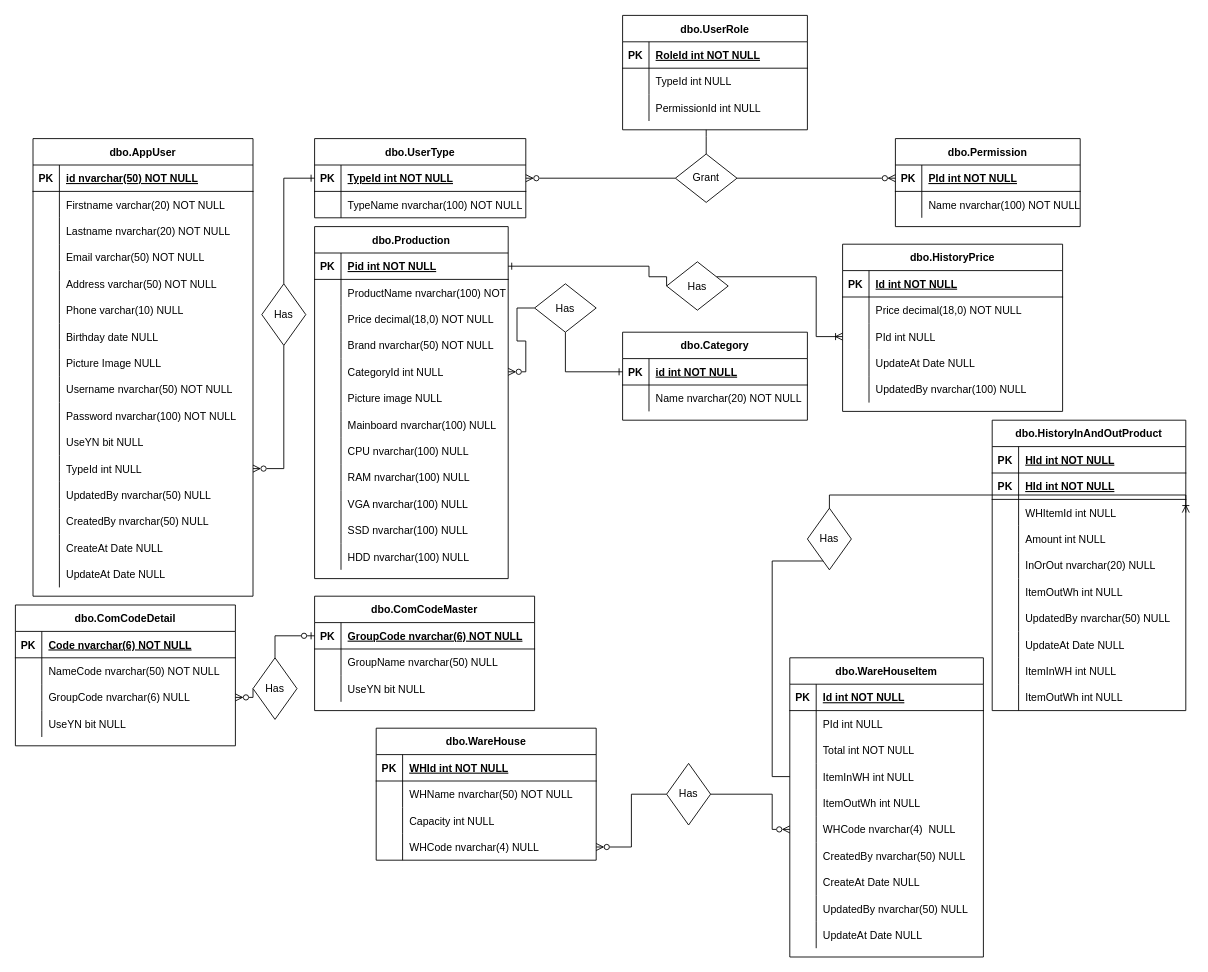
This is Untitled Diagram.drawio from danblue3/test, a draw.io file, before an edit. Source tidied: cells renumbered, new cells numbered last; positions are measured from the earlier drawing's top-left corner, leaving out a move shared by most shapes. Both pictures are drawn from the tidied source at 88%, with x=0, y=0 at pixel (15, 15).
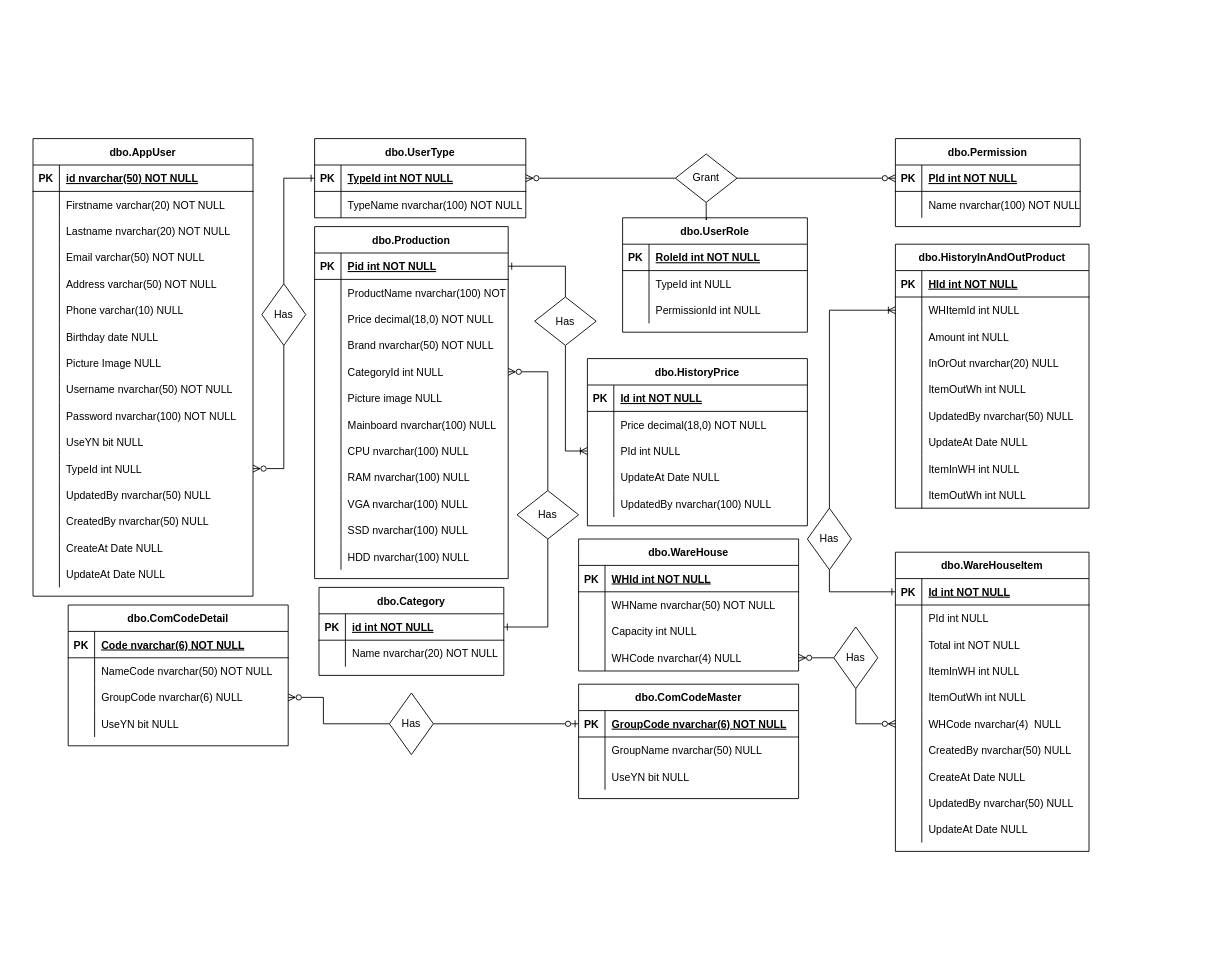
The same diagram, later.

The change refers to these unchanged cells:
```xml
<mxCell id="3" style="shape=partialRectangle;fillColor=none;points=[[0,0.5],[1,0.5]];portConstraint=eastwest;top=0;left=0;right=0;bottom=1;" parent="2" vertex="1">
  <mxGeometry y="30" width="210" height="30" as="geometry" />
</mxCell>
<mxCell id="71" style="shape=partialRectangle;fillColor=none;points=[[0,0.5],[1,0.5]];portConstraint=eastwest;top=0;left=0;right=0;bottom=1;" parent="70" vertex="1">
  <mxGeometry y="30" width="220" height="30" as="geometry" />
</mxCell>
<mxCell id="83" style="shape=partialRectangle;fillColor=none;points=[[0,0.5],[1,0.5]];portConstraint=eastwest;top=0;left=0;right=0;bottom=0;" parent="70" vertex="1">
  <mxGeometry y="150" width="220" height="30" as="geometry" />
</mxCell>
<mxCell id="151" style="shape=partialRectangle;fillColor=none;points=[[0,0.5],[1,0.5]];portConstraint=eastwest;top=0;left=0;right=0;bottom=0;" parent="144" vertex="1">
  <mxGeometry y="90" width="250" height="30" as="geometry" />
</mxCell>
<mxCell id="165" style="shape=partialRectangle;fillColor=none;points=[[0,0.5],[1,0.5]];portConstraint=eastwest;top=0;left=0;right=0;bottom=0;" parent="158" vertex="1">
  <mxGeometry y="90" width="250" height="30" as="geometry" />
</mxCell>
<mxCell id="176" style="shape=partialRectangle;fillColor=none;points=[[0,0.5],[1,0.5]];portConstraint=eastwest;top=0;left=0;right=0;bottom=1;" parent="175" vertex="1">
  <mxGeometry y="30" width="220" height="30" as="geometry" />
</mxCell>
<mxCell id="185" style="shape=partialRectangle;fillColor=none;points=[[0,0.5],[1,0.5]];portConstraint=eastwest;top=0;left=0;right=0;bottom=0;" parent="175" vertex="1">
  <mxGeometry y="120" width="220" height="30" as="geometry" />
</mxCell>
<mxCell id="191" style="shape=partialRectangle;fillColor=none;points=[[0,0.5],[1,0.5]];portConstraint=eastwest;top=0;left=0;right=0;bottom=0;" parent="175" vertex="1">
  <mxGeometry y="180" width="220" height="30" as="geometry" />
</mxCell>
<mxCell id="247" value="Has" style="rhombus;whiteSpace=wrap;html=1;" parent="1" vertex="1">
  <mxGeometry x="900" y="560" width="50" height="70" as="geometry" />
</mxCell>
<mxCell id="254" value="Grant" style="rhombus;whiteSpace=wrap;html=1;" parent="1" vertex="1">
  <mxGeometry x="750" y="157.5" width="70" height="55" as="geometry" />
</mxCell>
```

The edit, as a diff of the source:
```diff
@@
     <mxCell id="2" value="dbo.Category" style="shape=table;startSize=30;childLayout=tableLayout;rowLines=0;fontStyle=1;align=center;" parent="1" vertex="1">
-      <mxGeometry x="690" y="360" width="210" height="100" as="geometry" />
+      <mxGeometry x="345" y="650" width="210" height="100" as="geometry" />
     </mxCell>
@@
     <mxCell id="9" style="edgeStyle=orthogonalEdgeStyle;rounded=0;jettySize=auto;html=1;entryX=1;entryY=0.5;entryDx=0;entryDy=0;startArrow=none;startFill=0;endArrow=ERzeroToMany;endFill=0;exitX=0;exitY=0.5;exitDx=0;exitDy=0;" parent="1" edge="1" source="243" target="151">
       <mxGeometry relative="1" as="geometry">
         <Array as="points">
-          <mxPoint x="270" y="775" />
+          <mxPoint x="350" y="805" />
+          <mxPoint x="350" y="775" />
         </Array>
       </mxGeometry>
     </mxCell>
     <mxCell id="10" value="dbo.ComCodeMaster" style="shape=table;startSize=30;childLayout=tableLayout;rowLines=0;fontStyle=1;align=center;" parent="1" vertex="1">
-      <mxGeometry x="340" y="660" width="250" height="130" as="geometry" />
+      <mxGeometry x="640" y="760" width="250" height="130" as="geometry" />
     </mxCell>
@@
     <mxCell id="121" value="dbo.UserRole" style="shape=table;startSize=30;childLayout=tableLayout;rowLines=0;fontStyle=1;align=center;" parent="1" vertex="1">
-      <mxGeometry x="690" width="210" height="130" as="geometry" />
+      <mxGeometry x="690" y="230" width="210" height="130" as="geometry" />
     </mxCell>
@@
     <mxCell id="131" value="dbo.WareHouse" style="shape=table;startSize=30;childLayout=tableLayout;rowLines=0;fontStyle=1;align=center;" parent="1" vertex="1">
-      <mxGeometry x="410" y="810" width="250" height="150" as="geometry" />
+      <mxGeometry x="640" y="595" width="250" height="150" as="geometry" />
     </mxCell>
@@
     <mxCell id="144" value="dbo.ComCodeDetail" style="shape=table;startSize=30;childLayout=tableLayout;rowLines=0;fontStyle=1;align=center;" parent="1" vertex="1">
-      <mxGeometry y="670" width="250" height="160" as="geometry" />
+      <mxGeometry x="60" y="670" width="250" height="160" as="geometry" />
     </mxCell>
@@
-    <mxCell id="157" style="edgeStyle=orthogonalEdgeStyle;rounded=0;jettySize=auto;html=1;startArrow=none;startFill=0;endArrow=ERone;endFill=0;entryX=1;entryY=0.5;entryDx=0;entryDy=0;exitX=0;exitY=0.5;exitDx=0;exitDy=0;" parent="1" edge="1" source="251" target="71">
+    <mxCell id="157" style="edgeStyle=orthogonalEdgeStyle;rounded=0;jettySize=auto;html=1;startArrow=none;startFill=0;endArrow=ERone;endFill=0;entryX=1;entryY=0.5;entryDx=0;entryDy=0;exitX=0.5;exitY=0;exitDx=0;exitDy=0;" parent="1" edge="1" source="251" target="71">
       <mxGeometry relative="1" as="geometry">
         <Array as="points">
-          <mxPoint x="720" y="297" />
-          <mxPoint x="720" y="285" />
+          <mxPoint x="625" y="285" />
         </Array>
       </mxGeometry>
     </mxCell>
     <mxCell id="158" value="dbo.HistoryPrice" style="shape=table;startSize=30;childLayout=tableLayout;rowLines=0;fontStyle=1;align=center;" parent="1" vertex="1">
-      <mxGeometry x="940" y="260" width="250" height="190" as="geometry" />
+      <mxGeometry x="650" y="390" width="250" height="190" as="geometry" />
     </mxCell>
@@
     <mxCell id="175" value="dbo.WareHouseItem" style="shape=table;startSize=30;childLayout=tableLayout;rowLines=0;fontStyle=1;align=center;" parent="1" vertex="1">
-      <mxGeometry x="880" y="730" width="220" height="340" as="geometry" />
+      <mxGeometry x="1000" y="610" width="220" height="340" as="geometry" />
     </mxCell>
@@
     <mxCell id="206" value="dbo.HistoryInAndOutProduct" style="shape=table;startSize=30;childLayout=tableLayout;rowLines=0;fontStyle=1;align=center;" parent="1" vertex="1">
-      <mxGeometry x="1110" y="460" width="220" height="330" as="geometry" />
+      <mxGeometry x="1000" y="260" width="220" height="300" as="geometry" />
     </mxCell>
@@
-    <mxCell id="210" style="shape=partialRectangle;fillColor=none;top=0;left=0;right=0;bottom=1;" parent="206" vertex="1">
-      <mxGeometry y="60" width="220" height="30" as="geometry" />
-    </mxCell>
-    <mxCell id="211" value="PK" style="shape=partialRectangle;overflow=hidden;fillColor=none;top=0;left=0;bottom=0;right=0;fontStyle=1;" parent="210" vertex="1">
-      <mxGeometry width="30" height="30" as="geometry" />
-    </mxCell>
-    <mxCell id="212" value="HId int NOT NULL " style="shape=partialRectangle;overflow=hidden;fillColor=none;top=0;left=0;bottom=0;right=0;align=left;spacingLeft=6;fontStyle=5;" parent="210" vertex="1">
-      <mxGeometry x="30" width="190" height="30" as="geometry" />
-    </mxCell>
     <mxCell id="213" style="shape=partialRectangle;fillColor=none;points=[[0,0.5],[1,0.5]];portConstraint=eastwest;top=0;left=0;right=0;bottom=0;" parent="206" vertex="1">
-      <mxGeometry y="90" width="220" height="30" as="geometry" />
+      <mxGeometry y="60" width="220" height="30" as="geometry" />
     </mxCell>
@@
     <mxCell id="216" style="shape=partialRectangle;fillColor=none;top=0;left=0;right=0;bottom=0;" parent="206" vertex="1">
-      <mxGeometry y="120" width="220" height="30" as="geometry" />
+      <mxGeometry y="90" width="220" height="30" as="geometry" />
     </mxCell>
@@
     <mxCell id="219" style="shape=partialRectangle;fillColor=none;top=0;left=0;right=0;bottom=0;" parent="206" vertex="1">
-      <mxGeometry y="150" width="220" height="30" as="geometry" />
+      <mxGeometry y="120" width="220" height="30" as="geometry" />
     </mxCell>
@@
     <mxCell id="222" style="shape=partialRectangle;fillColor=none;top=0;left=0;right=0;bottom=0;" parent="206" vertex="1">
-      <mxGeometry y="180" width="220" height="30" as="geometry" />
+      <mxGeometry y="150" width="220" height="30" as="geometry" />
     </mxCell>
@@
     <mxCell id="225" style="shape=partialRectangle;fillColor=none;top=0;left=0;right=0;bottom=0;" parent="206" vertex="1">
-      <mxGeometry y="210" width="220" height="30" as="geometry" />
+      <mxGeometry y="180" width="220" height="30" as="geometry" />
     </mxCell>
@@
     <mxCell id="228" style="shape=partialRectangle;fillColor=none;top=0;left=0;right=0;bottom=0;" parent="206" vertex="1">
-      <mxGeometry y="240" width="220" height="30" as="geometry" />
+      <mxGeometry y="210" width="220" height="30" as="geometry" />
     </mxCell>
@@
     <mxCell id="231" style="shape=partialRectangle;fillColor=none;top=0;left=0;right=0;bottom=0;" parent="206" vertex="1">
-      <mxGeometry y="270" width="220" height="30" as="geometry" />
+      <mxGeometry y="240" width="220" height="30" as="geometry" />
     </mxCell>
@@
     <mxCell id="234" style="shape=partialRectangle;fillColor=none;top=0;left=0;right=0;bottom=0;" parent="206" vertex="1">
-      <mxGeometry y="300" width="220" height="30" as="geometry" />
+      <mxGeometry y="270" width="220" height="30" as="geometry" />
     </mxCell>
@@
-    <mxCell id="238" style="edgeStyle=orthogonalEdgeStyle;rounded=0;jettySize=auto;html=1;entryX=0;entryY=0.5;entryDx=0;entryDy=0;startArrow=ERzeroToMany;startFill=0;endArrow=none;endFill=0;" parent="1" edge="1" source="83" target="249">
+    <mxCell id="238" style="edgeStyle=orthogonalEdgeStyle;rounded=0;jettySize=auto;html=1;entryX=0.5;entryY=0;entryDx=0;entryDy=0;startArrow=ERzeroToMany;startFill=0;endArrow=none;endFill=0;" parent="1" edge="1" source="83" target="249">
       <mxGeometry relative="1" as="geometry" />
     </mxCell>
-    <mxCell id="239" style="edgeStyle=orthogonalEdgeStyle;rounded=0;jettySize=auto;html=1;entryX=1;entryY=0.5;entryDx=0;entryDy=0;startArrow=none;startFill=0;endArrow=ERoneToMany;endFill=0;exitX=0.5;exitY=0;exitDx=0;exitDy=0;" parent="1" edge="1" source="247" target="213">
+    <mxCell id="239" style="edgeStyle=orthogonalEdgeStyle;rounded=0;jettySize=auto;html=1;entryX=0;entryY=0.5;entryDx=0;entryDy=0;startArrow=none;startFill=0;endArrow=ERoneToMany;endFill=0;exitX=0.5;exitY=0;exitDx=0;exitDy=0;" parent="1" edge="1" source="247" target="213">
       <mxGeometry relative="1" as="geometry">
         <Array as="points">
-          <mxPoint x="925" y="545" />
+          <mxPoint x="925" y="335" />
         </Array>
       </mxGeometry>
     </mxCell>
@@
     <mxCell id="243" value="Has" style="rhombus;whiteSpace=wrap;html=1;" parent="1" vertex="1">
-      <mxGeometry x="270" y="730" width="50" height="70" as="geometry" />
+      <mxGeometry x="425" y="770" width="50" height="70" as="geometry" />
     </mxCell>
     <mxCell id="244" value="Has" style="rhombus;whiteSpace=wrap;html=1;" parent="1" vertex="1">
-      <mxGeometry x="740" y="850" width="50" height="70" as="geometry" />
+      <mxGeometry x="930" y="695" width="50" height="70" as="geometry" />
     </mxCell>
-    <mxCell id="245" style="edgeStyle=orthogonalEdgeStyle;rounded=0;jettySize=auto;html=1;entryX=1;entryY=0.5;entryDx=0;entryDy=0;startArrow=ERzeroToMany;startFill=0;endArrow=none;endFill=0;exitX=0;exitY=0.5;exitDx=0;exitDy=0;" parent="1" edge="1" source="191" target="244">
+    <mxCell id="245" style="edgeStyle=orthogonalEdgeStyle;rounded=0;jettySize=auto;html=1;entryX=0.5;entryY=1;entryDx=0;entryDy=0;startArrow=ERzeroToMany;startFill=0;endArrow=none;endFill=0;exitX=0;exitY=0.5;exitDx=0;exitDy=0;" parent="1" edge="1" source="191" target="244">
       <mxGeometry relative="1" as="geometry">
         <Array as="points">
-          <mxPoint x="860" y="925" />
-          <mxPoint x="860" y="885" />
+          <mxPoint x="955" y="805" />
         </Array>
       </mxGeometry>
     </mxCell>
-    <mxCell id="246" style="edgeStyle=orthogonalEdgeStyle;rounded=0;jettySize=auto;html=1;startArrow=none;startFill=0;endArrow=none;endFill=0;" parent="1" edge="1" source="247" target="185">
+    <mxCell id="246" style="edgeStyle=orthogonalEdgeStyle;rounded=0;jettySize=auto;html=1;startArrow=none;startFill=0;endArrow=ERone;endFill=0;entryX=0;entryY=0.5;entryDx=0;entryDy=0;" parent="1" edge="1" source="247" target="176">
       <mxGeometry relative="1" as="geometry">
         <Array as="points">
-          <mxPoint x="860" y="620" />
-          <mxPoint x="860" y="865" />
+          <mxPoint x="925" y="655" />
         </Array>
       </mxGeometry>
     </mxCell>
@@
-    <mxCell id="248" style="edgeStyle=orthogonalEdgeStyle;rounded=0;jettySize=auto;html=1;entryX=0;entryY=0.5;entryDx=0;entryDy=0;endArrow=ERone;endFill=0;" parent="1" edge="1" source="249" target="3">
+    <mxCell id="248" style="edgeStyle=orthogonalEdgeStyle;rounded=0;jettySize=auto;html=1;entryX=1;entryY=0.5;entryDx=0;entryDy=0;endArrow=ERone;endFill=0;" parent="1" edge="1" source="249" target="3">
       <mxGeometry relative="1" as="geometry" />
     </mxCell>
     <mxCell id="249" value="Has" style="rhombus;whiteSpace=wrap;html=1;" parent="1" vertex="1">
-      <mxGeometry x="590" y="305" width="70" height="55" as="geometry" />
+      <mxGeometry x="570" y="540" width="70" height="55" as="geometry" />
     </mxCell>
-    <mxCell id="250" style="edgeStyle=orthogonalEdgeStyle;rounded=0;jettySize=auto;html=1;entryX=0;entryY=0.5;entryDx=0;entryDy=0;endArrow=ERoneToMany;endFill=0;" parent="1" edge="1" source="251" target="165">
+    <mxCell id="250" style="edgeStyle=orthogonalEdgeStyle;rounded=0;jettySize=auto;html=1;entryX=0;entryY=0.5;entryDx=0;entryDy=0;endArrow=ERoneToMany;endFill=0;exitX=0.5;exitY=1;exitDx=0;exitDy=0;" parent="1" edge="1" source="251" target="165">
       <mxGeometry relative="1" as="geometry">
         <Array as="points">
-          <mxPoint x="910" y="297" />
-          <mxPoint x="910" y="365" />
+          <mxPoint x="625" y="495" />
         </Array>
       </mxGeometry>
     </mxCell>
     <mxCell id="251" value="Has" style="rhombus;whiteSpace=wrap;html=1;" parent="1" vertex="1">
-      <mxGeometry x="740" y="280" width="70" height="55" as="geometry" />
+      <mxGeometry x="590" y="320" width="70" height="55" as="geometry" />
     </mxCell>
@@
-    <mxCell id="253" style="edgeStyle=orthogonalEdgeStyle;rounded=0;jettySize=auto;html=1;endArrow=none;endFill=0;" parent="1" edge="1" source="254">
-      <mxGeometry relative="1" as="geometry">
-        <mxPoint x="785" y="130" as="targetPoint" />
-      </mxGeometry>
-    </mxCell>
+    <mxCell id="255" style="edgeStyle=orthogonalEdgeStyle;rounded=0;jettySize=auto;html=1;entryX=0.456;entryY=-0.003;entryDx=0;entryDy=0;entryPerimeter=0;endArrow=none;endFill=0;" parent="1" edge="1" source="254" target="121">
+      <mxGeometry relative="1" as="geometry" />
+    </mxCell>
```
